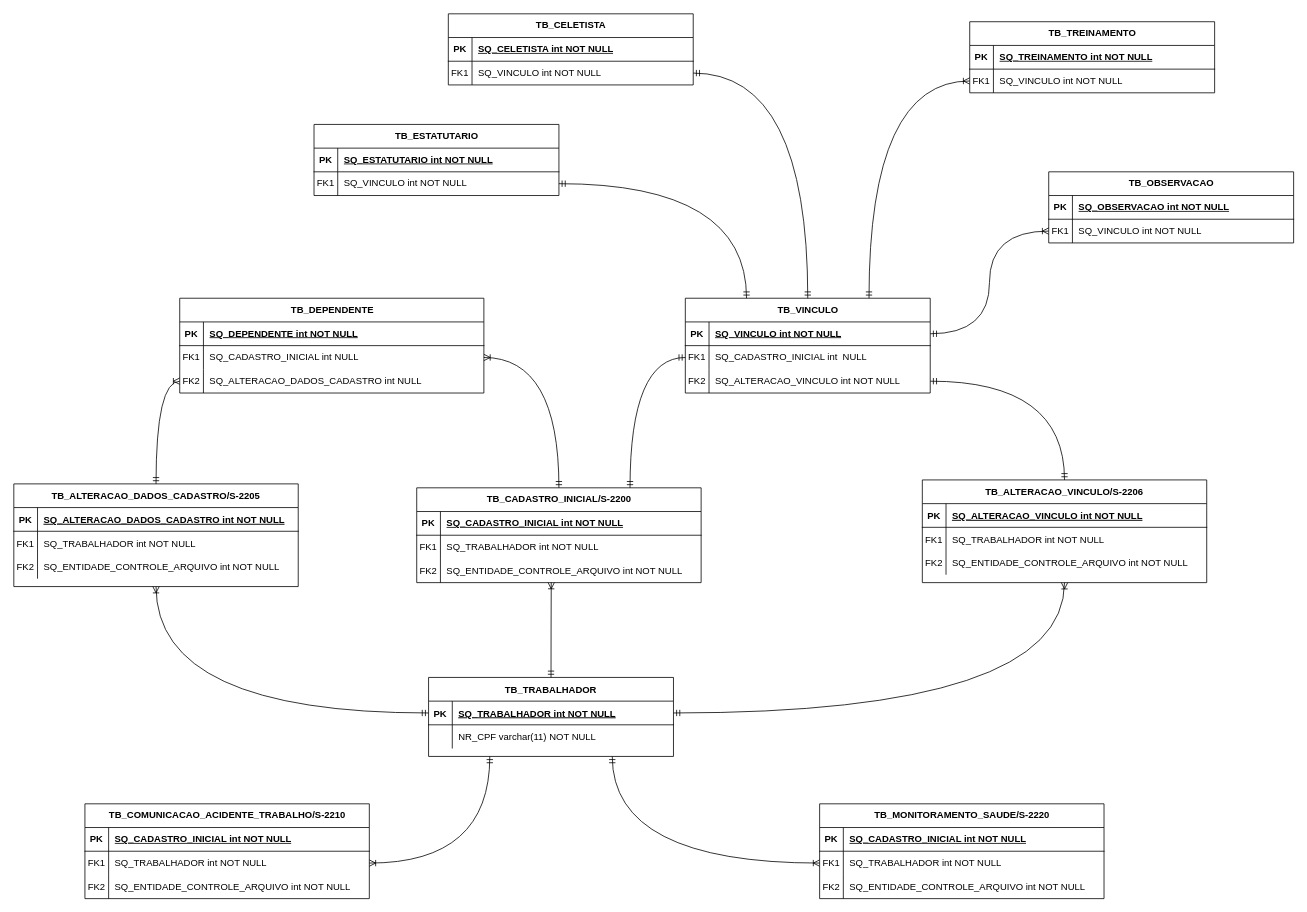
nilsondurval/Draw.IO keeps this draw.io diagram as PI/remodelagem.drawio. Above is the earlier version. Source tidied: cells renumbered, new cells numbered last; positions are measured from the earlier drawing's top-left corner, leaving out a move shared by most shapes. Both pictures are drawn from the tidied source at 79%, with x=0, y=0 at pixel (13, 13).
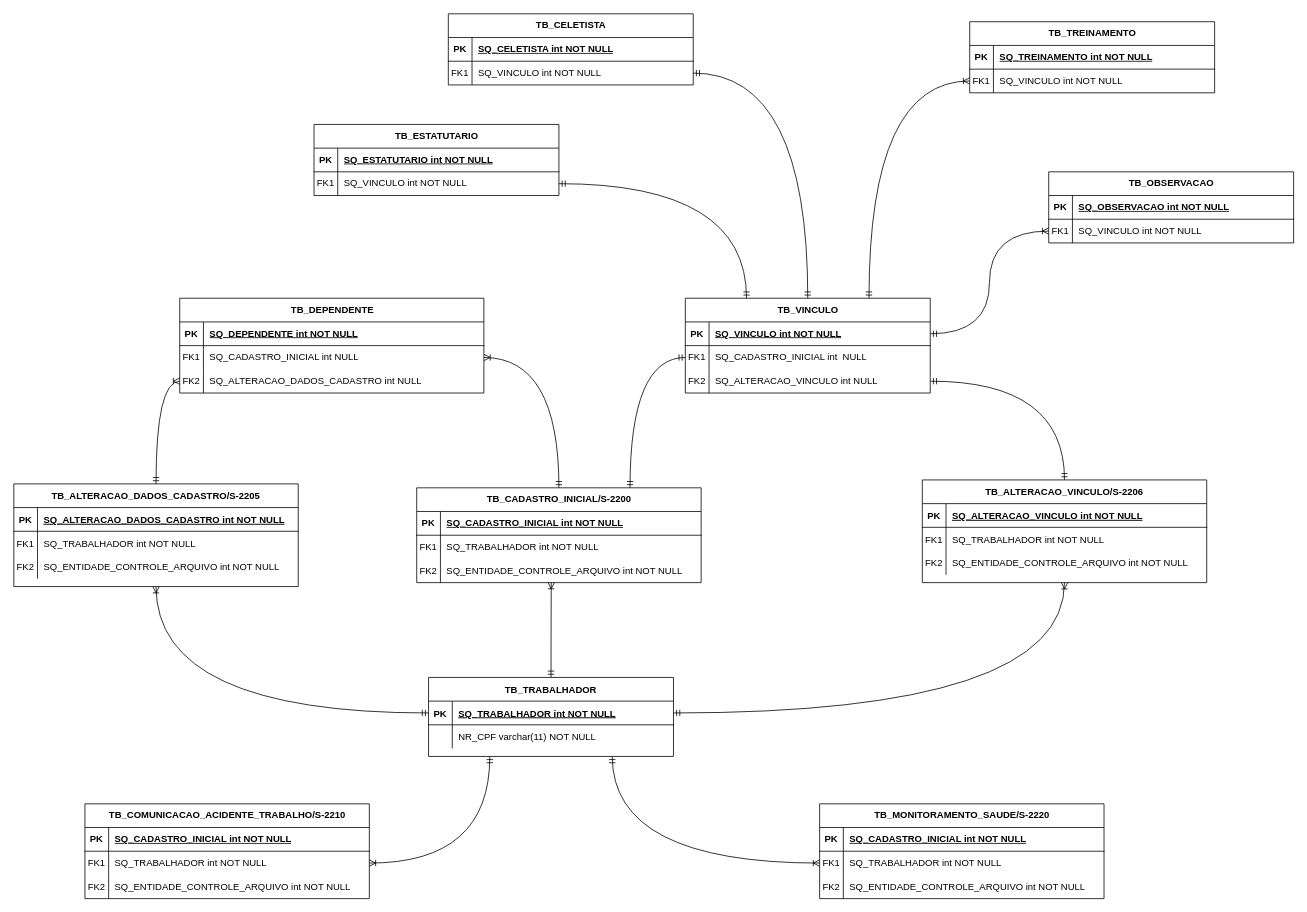
Above is the later version.

The change refers to these unchanged cells:
```xml
<mxCell id="36" style="shape=tableRow;horizontal=0;startSize=0;swimlaneHead=0;swimlaneBody=0;fillColor=none;points=[[0,0.5],[1,0.5]];portConstraint=eastwest;top=0;left=0;right=0;bottom=0;" parent="29" vertex="1">
  <mxGeometry y="90" width="310" height="30" as="geometry" />
</mxCell>
```

What changed in the source:
```diff
@@
-    <mxCell id="38" value="SQ_ALTERACAO_VINCULO int NOT NULL" style="shape=partialRectangle;fillColor=none;top=0;left=0;bottom=0;right=0;align=left;spacingLeft=6;overflow=hidden;whiteSpace=wrap;html=1;" parent="36" vertex="1">
+    <mxCell id="38" value="SQ_ALTERACAO_VINCULO int NULL" style="shape=partialRectangle;fillColor=none;top=0;left=0;bottom=0;right=0;align=left;spacingLeft=6;overflow=hidden;whiteSpace=wrap;html=1;" parent="36" vertex="1">
       <mxGeometry x="30" width="280" height="30" as="geometry" />
     </mxCell>
```
